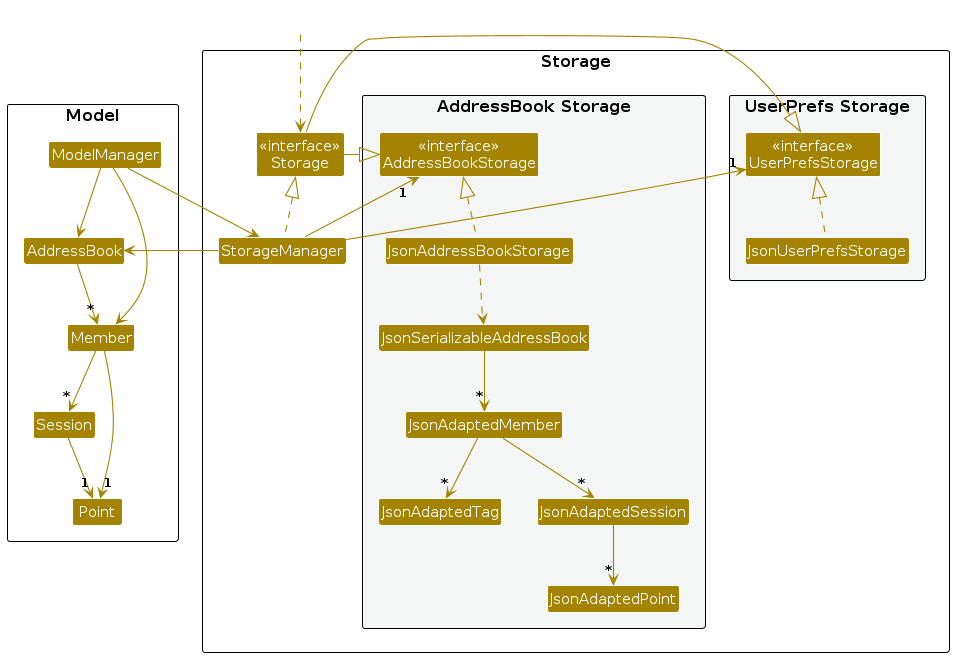
Earlier version of the PlantUML export diagrams/StorageClassDiagram.png (AY2425S1-CS2103T-W14-3/tp). Its source is kept beside it as diagrams/StorageClassDiagram.puml. Its diagram source:
```plantuml
@startuml
!include style.puml
skinparam arrowThickness 1.1
skinparam arrowColor STORAGE_COLOR
skinparam classBackgroundColor STORAGE_COLOR

package Storage as StoragePackage {
    package "UserPrefs Storage" #F4F6F6 {
        Class "<<interface>>\nUserPrefsStorage" as UserPrefsStorage
        Class JsonUserPrefsStorage
    }
    Class "<<interface>>\nStorage" as Storage
    Class StorageManager
    package "AddressBook Storage" #F4F6F6 {
        Class "<<interface>>\nAddressBookStorage" as AddressBookStorage
        Class JsonAddressBookStorage
        Class JsonSerializableAddressBook
        Class JsonAdaptedMember
        Class JsonAdaptedTag
        Class JsonAdaptedPoint
        Class JsonAdaptedSession
    }
}

package Model as ModelPackage {
    Class Session
    Class AddressBook
    Class ModelManager
    Class Member
    Class Point
}

Class HiddenOutside #FFFFFF
HiddenOutside ..> Storage

StorageManager .up.|> Storage
StorageManager -up-> "1" UserPrefsStorage
StorageManager -up-> "1" AddressBookStorage
Storage -left-|> UserPrefsStorage
Storage -right-|> AddressBookStorage
JsonUserPrefsStorage .up.|> UserPrefsStorage
JsonAddressBookStorage .up.|> AddressBookStorage
JsonAddressBookStorage ..> JsonSerializableAddressBook
JsonSerializableAddressBook --> "*" JsonAdaptedMember
JsonAdaptedMember --> "*" JsonAdaptedTag
JsonAdaptedMember --> "*" JsonAdaptedSession
JsonAdaptedSession --> "*" JsonAdaptedPoint
AddressBook --> "*" Member
StorageManager --> AddressBook
ModelManager --> StorageManager
ModelManager --> AddressBook
ModelManager --> Member
Session --> "1" Point
Member --> "1" Point
Member --> "*" Session
@enduml
```
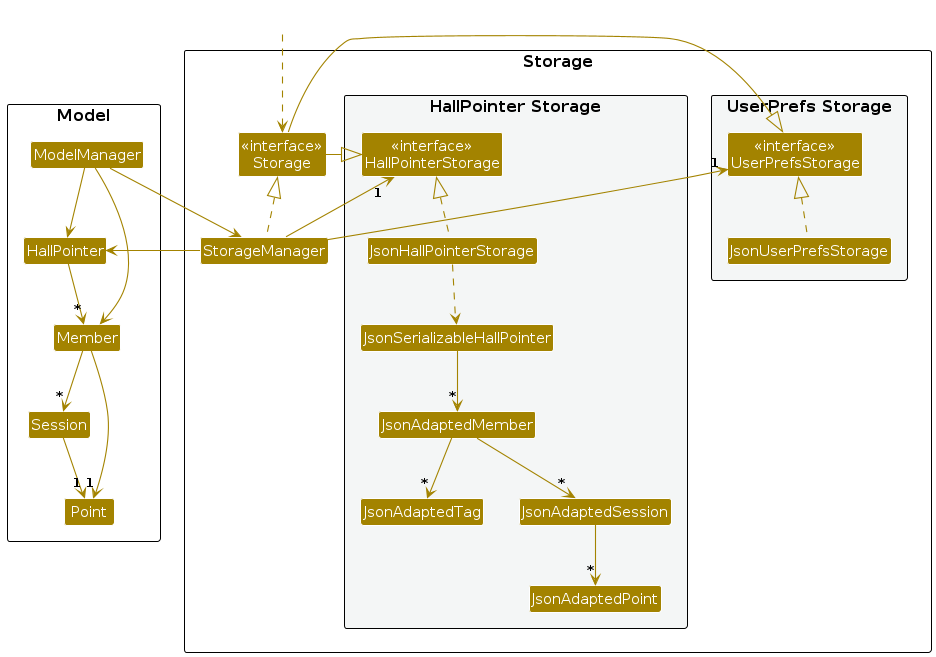
Later version of the same file.

What changed in the source:
```diff
@@ -11,10 +11,10 @@
     }
     Class "<<interface>>\nStorage" as Storage
     Class StorageManager
-    package "AddressBook Storage" #F4F6F6 {
-        Class "<<interface>>\nAddressBookStorage" as AddressBookStorage
-        Class JsonAddressBookStorage
-        Class JsonSerializableAddressBook
+    package "HallPointer Storage" #F4F6F6 {
+        Class "<<interface>>\nHallPointerStorage" as HallPointerStorage
+        Class JsonHallPointerStorage
+        Class JsonSerializableHallPointer
         Class JsonAdaptedMember
         Class JsonAdaptedTag
         Class JsonAdaptedPoint
@@ -24,7 +24,7 @@
 
 package Model as ModelPackage {
     Class Session
-    Class AddressBook
+    Class HallPointer
     Class ModelManager
     Class Member
     Class Point
@@ -35,20 +35,20 @@
 
 StorageManager .up.|> Storage
 StorageManager -up-> "1" UserPrefsStorage
-StorageManager -up-> "1" AddressBookStorage
+StorageManager -up-> "1" HallPointerStorage
 Storage -left-|> UserPrefsStorage
-Storage -right-|> AddressBookStorage
+Storage -right-|> HallPointerStorage
 JsonUserPrefsStorage .up.|> UserPrefsStorage
-JsonAddressBookStorage .up.|> AddressBookStorage
-JsonAddressBookStorage ..> JsonSerializableAddressBook
-JsonSerializableAddressBook --> "*" JsonAdaptedMember
+JsonHallPointerStorage .up.|> HallPointerStorage
+JsonHallPointerStorage ..> JsonSerializableHallPointer
+JsonSerializableHallPointer --> "*" JsonAdaptedMember
 JsonAdaptedMember --> "*" JsonAdaptedTag
 JsonAdaptedMember --> "*" JsonAdaptedSession
 JsonAdaptedSession --> "*" JsonAdaptedPoint
-AddressBook --> "*" Member
-StorageManager --> AddressBook
+HallPointer --> "*" Member
+StorageManager --> HallPointer
 ModelManager --> StorageManager
-ModelManager --> AddressBook
+ModelManager --> HallPointer
 ModelManager --> Member
 Session --> "1" Point
 Member --> "1" Point
```
